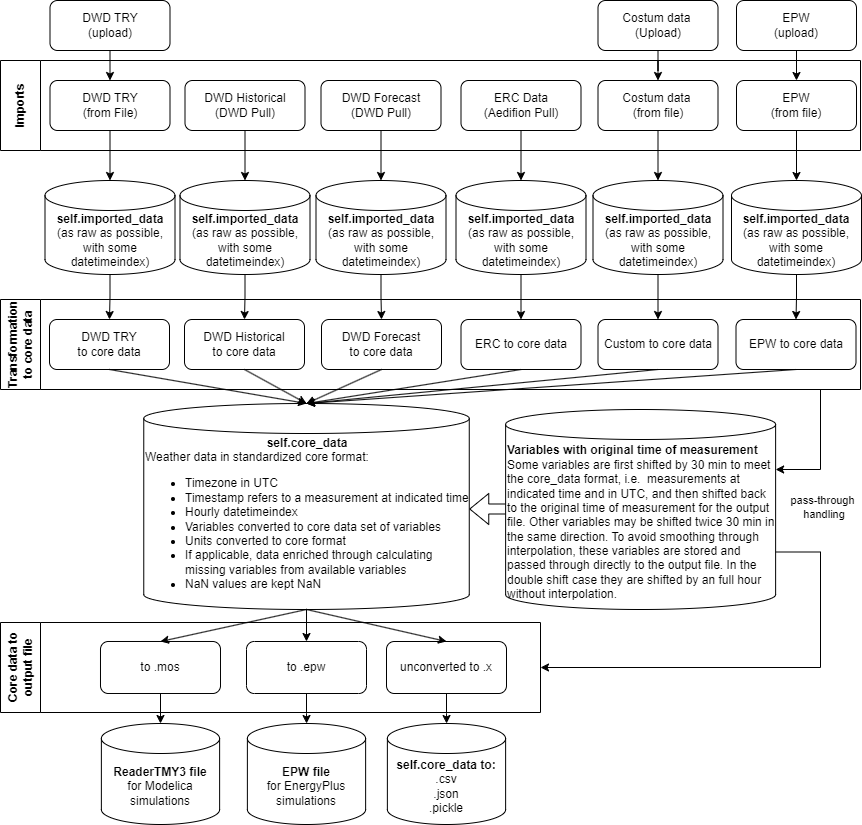
This is docs/Overview_WeatherTool.png from RWTH-EBC/AixWeather, a draw.io export, as it was before one commit. Source tidied: cells renumbered, new cells last; positions are measured from the earlier drawing's top-left corner, leaving out a move shared by most shapes. Source of this version:
```xml
<mxGraphModel>
  <root>
    <mxCell id="0" />
    <mxCell id="1" parent="0" />
    <mxCell id="2" style="shape=flexArrow;endArrow=classic;html=1;rounded=0;exitX=0;exitY=0.5;exitDx=0;exitDy=0;exitPerimeter=0;" parent="1" edge="1">
      <mxGeometry relative="1" as="geometry">
        <mxPoint x="526.3" y="508.5" as="sourcePoint" />
        <mxPoint x="468.8" y="508.5" as="targetPoint" />
      </mxGeometry>
    </mxCell>
    <mxCell id="3" style="edgeStyle=orthogonalEdgeStyle;rounded=0;jettySize=auto;html=1;" parent="1" edge="1" source="4" target="35">
      <mxGeometry relative="1" as="geometry" />
    </mxCell>
    <mxCell id="4" value="DWD Forecast&lt;br&gt;(DWD Pull)" style="rounded=1;whiteSpace=wrap;html=1;fontSize=12;glass=0;strokeWidth=1;shadow=0;" parent="1" vertex="1">
      <mxGeometry x="320.5" y="80" width="120" height="50" as="geometry" />
    </mxCell>
    <mxCell id="5" value="&lt;div style=&quot;text-align: center;&quot;&gt;&lt;b style=&quot;background-color: initial; border-color: var(--border-color);&quot;&gt;self.core_data&lt;/b&gt;&lt;/div&gt;Weather data in standardized core format:&lt;br&gt;&lt;div&gt;&lt;ul&gt;&lt;li&gt;&lt;span style=&quot;background-color: initial;&quot;&gt;Timezone in UTC&lt;/span&gt;&lt;/li&gt;&lt;li&gt;Timestamp refers to a measurement at indicated time&lt;/li&gt;&lt;li&gt;Hourly datetimeindex&lt;/li&gt;&lt;li&gt;Variables converted to core data set of variables&lt;/li&gt;&lt;li&gt;Units converted to core format&lt;/li&gt;&lt;li&gt;If applicable, data enriched through calculating missing variables from available variables&lt;/li&gt;&lt;li&gt;NaN values are kept NaN&lt;/li&gt;&lt;/ul&gt;&lt;/div&gt;" style="shape=cylinder3;whiteSpace=wrap;html=1;boundedLbl=1;backgroundOutline=1;size=15;align=left;" parent="1" vertex="1">
      <mxGeometry x="143.3" y="403" width="325.5" height="206" as="geometry" />
    </mxCell>
    <mxCell id="6" style="edgeStyle=orthogonalEdgeStyle;rounded=0;jettySize=auto;html=1;" parent="1" edge="1" source="7" target="33">
      <mxGeometry relative="1" as="geometry" />
    </mxCell>
    <mxCell id="7" value="DWD Historical&lt;br&gt;(DWD Pull)" style="rounded=1;whiteSpace=wrap;html=1;fontSize=12;glass=0;strokeWidth=1;shadow=0;" parent="1" vertex="1">
      <mxGeometry x="184.5" y="80" width="120" height="50" as="geometry" />
    </mxCell>
    <mxCell id="8" style="edgeStyle=orthogonalEdgeStyle;rounded=0;jettySize=auto;html=1;" parent="1" edge="1" source="9" target="28">
      <mxGeometry relative="1" as="geometry" />
    </mxCell>
    <mxCell id="9" value="DWD TRY&lt;br&gt;(from File)" style="rounded=1;whiteSpace=wrap;html=1;fontSize=12;glass=0;strokeWidth=1;shadow=0;" parent="1" vertex="1">
      <mxGeometry x="49.5" y="80" width="120" height="50" as="geometry" />
    </mxCell>
    <mxCell id="10" style="edgeStyle=orthogonalEdgeStyle;rounded=0;jettySize=auto;html=1;" parent="1" edge="1" source="11" target="37">
      <mxGeometry relative="1" as="geometry" />
    </mxCell>
    <mxCell id="11" value="ERC Data&lt;br&gt;(Aedifion Pull)" style="rounded=1;whiteSpace=wrap;html=1;fontSize=12;glass=0;strokeWidth=1;shadow=0;" parent="1" vertex="1">
      <mxGeometry x="460.5" y="80" width="120" height="50" as="geometry" />
    </mxCell>
    <mxCell id="12" style="edgeStyle=orthogonalEdgeStyle;rounded=0;jettySize=auto;html=1;entryX=0.5;entryY=0;entryDx=0;entryDy=0;entryPerimeter=0;" parent="1" edge="1" source="13" target="38">
      <mxGeometry relative="1" as="geometry" />
    </mxCell>
    <mxCell id="13" value="Costum data&amp;nbsp;&lt;br&gt;(from file)" style="rounded=1;whiteSpace=wrap;html=1;fontSize=12;glass=0;strokeWidth=1;shadow=0;" parent="1" vertex="1">
      <mxGeometry x="597.5" y="80" width="120" height="50" as="geometry" />
    </mxCell>
    <mxCell id="14" style="edgeStyle=orthogonalEdgeStyle;rounded=0;jettySize=auto;html=1;exitX=0.5;exitY=1;exitDx=0;exitDy=0;entryX=0.5;entryY=0;entryDx=0;entryDy=0;entryPerimeter=0;" parent="1" edge="1" source="15" target="29">
      <mxGeometry relative="1" as="geometry" />
    </mxCell>
    <mxCell id="15" value="to .mos" style="rounded=1;whiteSpace=wrap;html=1;fontSize=12;glass=0;strokeWidth=1;shadow=0;" parent="1" vertex="1">
      <mxGeometry x="100" y="641" width="120" height="52" as="geometry" />
    </mxCell>
    <mxCell id="16" style="edgeStyle=orthogonalEdgeStyle;rounded=0;jettySize=auto;html=1;" parent="1" edge="1" source="17" target="31">
      <mxGeometry relative="1" as="geometry" />
    </mxCell>
    <mxCell id="17" value="unconverted to .x" style="rounded=1;whiteSpace=wrap;html=1;fontSize=12;glass=0;strokeWidth=1;shadow=0;" parent="1" vertex="1">
      <mxGeometry x="386" y="641" width="120" height="52" as="geometry" />
    </mxCell>
    <mxCell id="18" style="edgeStyle=orthogonalEdgeStyle;rounded=0;jettySize=auto;html=1;exitX=0.5;exitY=1;exitDx=0;exitDy=0;" parent="1" edge="1" source="19" target="30">
      <mxGeometry relative="1" as="geometry" />
    </mxCell>
    <mxCell id="19" value="to .epw" style="rounded=1;whiteSpace=wrap;html=1;fontSize=12;glass=0;strokeWidth=1;shadow=0;" parent="1" vertex="1">
      <mxGeometry x="246" y="641" width="120" height="52" as="geometry" />
    </mxCell>
    <mxCell id="20" style="endArrow=classic;html=1;rounded=0;exitX=0.5;exitY=1;exitDx=0;exitDy=0;entryX=0.5;entryY=0;entryDx=0;entryDy=0;" parent="1" edge="1" source="5" target="15">
      <mxGeometry relative="1" as="geometry" />
    </mxCell>
    <mxCell id="21" style="endArrow=classic;html=1;rounded=0;exitX=0.5;exitY=1;exitDx=0;exitDy=0;entryX=0.5;entryY=0;entryDx=0;entryDy=0;" parent="1" edge="1" source="5" target="19">
      <mxGeometry relative="1" as="geometry" />
    </mxCell>
    <mxCell id="22" style="endArrow=classic;html=1;rounded=0;exitX=0.5;exitY=1;exitDx=0;exitDy=0;entryX=0.5;entryY=0;entryDx=0;entryDy=0;" parent="1" edge="1" source="5" target="17">
      <mxGeometry relative="1" as="geometry" />
    </mxCell>
    <mxCell id="23" style="edgeStyle=orthogonalEdgeStyle;rounded=0;jettySize=auto;html=1;exitX=0.5;exitY=1;exitDx=0;exitDy=0;entryX=0.5;entryY=0;entryDx=0;entryDy=0;" parent="1" edge="1" source="24" target="9">
      <mxGeometry relative="1" as="geometry" />
    </mxCell>
    <mxCell id="24" value="DWD TRY&lt;br&gt;(upload)" style="rounded=1;whiteSpace=wrap;html=1;fontSize=12;glass=0;strokeWidth=1;shadow=0;" parent="1" vertex="1">
      <mxGeometry x="49.5" width="120" height="50" as="geometry" />
    </mxCell>
    <mxCell id="25" style="edgeStyle=orthogonalEdgeStyle;rounded=0;jettySize=auto;html=1;" parent="1" edge="1" source="26" target="13">
      <mxGeometry relative="1" as="geometry" />
    </mxCell>
    <mxCell id="26" value="Costum data&amp;nbsp;&lt;br&gt;(Upload)" style="rounded=1;whiteSpace=wrap;html=1;fontSize=12;glass=0;strokeWidth=1;shadow=0;" parent="1" vertex="1">
      <mxGeometry x="597.5" width="120" height="50" as="geometry" />
    </mxCell>
    <mxCell id="27" style="edgeStyle=orthogonalEdgeStyle;rounded=0;jettySize=auto;html=1;" parent="1" edge="1" source="28" target="41">
      <mxGeometry relative="1" as="geometry" />
    </mxCell>
    <mxCell id="28" value="&lt;b&gt;self.imported_data&lt;/b&gt;&lt;br&gt;(as raw as possible, with some datetimeindex)" style="shape=cylinder3;whiteSpace=wrap;html=1;boundedLbl=1;backgroundOutline=1;size=15;" parent="1" vertex="1">
      <mxGeometry x="44.5" y="180" width="130" height="94" as="geometry" />
    </mxCell>
    <mxCell id="29" value="&lt;b&gt;ReaderTMY3 file&lt;br&gt;&lt;/b&gt;for Modelica simulations" style="shape=cylinder3;whiteSpace=wrap;html=1;boundedLbl=1;backgroundOutline=1;size=15;" parent="1" vertex="1">
      <mxGeometry x="100.9" y="723" width="118.2" height="101" as="geometry" />
    </mxCell>
    <mxCell id="30" value="&lt;b&gt;EPW file&lt;br&gt;&lt;/b&gt;for EnergyPlus simulations&lt;b&gt;&lt;br&gt;&lt;/b&gt;" style="shape=cylinder3;whiteSpace=wrap;html=1;boundedLbl=1;backgroundOutline=1;size=15;" parent="1" vertex="1">
      <mxGeometry x="246.9" y="723" width="118.2" height="101" as="geometry" />
    </mxCell>
    <mxCell id="31" value="&lt;b&gt;self.core_data to:&lt;br&gt;&lt;/b&gt;.csv&lt;br&gt;.json&lt;br&gt;.pickle&lt;b&gt;&lt;br&gt;&lt;/b&gt;" style="shape=cylinder3;whiteSpace=wrap;html=1;boundedLbl=1;backgroundOutline=1;size=15;" parent="1" vertex="1">
      <mxGeometry x="386.9" y="723" width="118.2" height="101" as="geometry" />
    </mxCell>
    <mxCell id="32" style="edgeStyle=orthogonalEdgeStyle;rounded=0;jettySize=auto;html=1;" parent="1" edge="1" source="33" target="40">
      <mxGeometry relative="1" as="geometry" />
    </mxCell>
    <mxCell id="33" value="&lt;b&gt;self.imported_data&lt;/b&gt;&lt;br&gt;(as raw as possible, with some datetimeindex)" style="shape=cylinder3;whiteSpace=wrap;html=1;boundedLbl=1;backgroundOutline=1;size=15;" parent="1" vertex="1">
      <mxGeometry x="179.5" y="180" width="130" height="94" as="geometry" />
    </mxCell>
    <mxCell id="34" style="edgeStyle=orthogonalEdgeStyle;rounded=0;jettySize=auto;html=1;" parent="1" edge="1" source="35" target="39">
      <mxGeometry relative="1" as="geometry" />
    </mxCell>
    <mxCell id="35" value="&lt;b&gt;self.imported_data&lt;/b&gt;&lt;br&gt;(as raw as possible, with some datetimeindex)" style="shape=cylinder3;whiteSpace=wrap;html=1;boundedLbl=1;backgroundOutline=1;size=15;" parent="1" vertex="1">
      <mxGeometry x="315.5" y="180" width="130" height="94" as="geometry" />
    </mxCell>
    <mxCell id="36" style="edgeStyle=orthogonalEdgeStyle;rounded=0;jettySize=auto;html=1;" parent="1" edge="1" source="37" target="42">
      <mxGeometry relative="1" as="geometry" />
    </mxCell>
    <mxCell id="37" value="&lt;b&gt;self.imported_data&lt;/b&gt;&lt;br&gt;(as raw as possible, with some datetimeindex)" style="shape=cylinder3;whiteSpace=wrap;html=1;boundedLbl=1;backgroundOutline=1;size=15;" parent="1" vertex="1">
      <mxGeometry x="455.5" y="180" width="130" height="94" as="geometry" />
    </mxCell>
    <mxCell id="38" value="&lt;b&gt;self.imported_data&lt;/b&gt;&lt;br&gt;(as raw as possible, with some datetimeindex)" style="shape=cylinder3;whiteSpace=wrap;html=1;boundedLbl=1;backgroundOutline=1;size=15;" parent="1" vertex="1">
      <mxGeometry x="592.5" y="180" width="130" height="94" as="geometry" />
    </mxCell>
    <mxCell id="39" value="DWD Forecast&lt;br&gt;to core data" style="rounded=1;whiteSpace=wrap;html=1;fontSize=12;glass=0;strokeWidth=1;shadow=0;" parent="1" vertex="1">
      <mxGeometry x="321" y="319" width="120" height="50" as="geometry" />
    </mxCell>
    <mxCell id="40" value="DWD Historical&lt;br&gt;to core data" style="rounded=1;whiteSpace=wrap;html=1;fontSize=12;glass=0;strokeWidth=1;shadow=0;" parent="1" vertex="1">
      <mxGeometry x="184" y="319" width="120" height="50" as="geometry" />
    </mxCell>
    <mxCell id="41" value="DWD TRY&lt;br&gt;to core data" style="rounded=1;whiteSpace=wrap;html=1;fontSize=12;glass=0;strokeWidth=1;shadow=0;" parent="1" vertex="1">
      <mxGeometry x="49" y="319" width="120" height="50" as="geometry" />
    </mxCell>
    <mxCell id="42" value="ERC to core data" style="rounded=1;whiteSpace=wrap;html=1;fontSize=12;glass=0;strokeWidth=1;shadow=0;" parent="1" vertex="1">
      <mxGeometry x="460.5" y="319" width="120" height="50" as="geometry" />
    </mxCell>
    <mxCell id="43" value="Imports" style="swimlane;horizontal=0;whiteSpace=wrap;html=1;startSize=40;" parent="1" vertex="1">
      <mxGeometry y="60" width="860" height="90" as="geometry" />
    </mxCell>
    <mxCell id="44" style="edgeStyle=orthogonalEdgeStyle;rounded=0;jettySize=auto;html=1;entryX=1;entryY=0;entryDx=0;entryDy=60;entryPerimeter=0;" parent="1" edge="1" target="57">
      <mxGeometry relative="1" as="geometry">
        <mxPoint x="830" y="389" as="sourcePoint" />
        <Array as="points">
          <mxPoint x="820" y="389" />
          <mxPoint x="820" y="469" />
        </Array>
      </mxGeometry>
    </mxCell>
    <mxCell id="45" value="pass-through&lt;br&gt;&amp;nbsp;handling" style="edgeLabel;html=1;align=center;verticalAlign=middle;" parent="44" vertex="1">
      <mxGeometry x="0.5" y="3" relative="1" as="geometry">
        <mxPoint x="12" y="34" as="offset" />
      </mxGeometry>
    </mxCell>
    <mxCell id="46" value="Transformation &lt;br&gt;to core data" style="swimlane;horizontal=0;whiteSpace=wrap;html=1;startSize=40;" parent="1" vertex="1">
      <mxGeometry y="299" width="860" height="90" as="geometry" />
    </mxCell>
    <mxCell id="47" value="Custom to core data" style="rounded=1;whiteSpace=wrap;html=1;fontSize=12;glass=0;strokeWidth=1;shadow=0;" parent="46" vertex="1">
      <mxGeometry x="597.5" y="20" width="120" height="50" as="geometry" />
    </mxCell>
    <mxCell id="48" value="Core data to&lt;br&gt;output file" style="swimlane;horizontal=0;whiteSpace=wrap;html=1;startSize=40;" parent="1" vertex="1">
      <mxGeometry y="622" width="540" height="90" as="geometry" />
    </mxCell>
    <mxCell id="49" style="edgeStyle=orthogonalEdgeStyle;rounded=0;jettySize=auto;html=1;" parent="1" edge="1" source="50" target="54">
      <mxGeometry relative="1" as="geometry" />
    </mxCell>
    <mxCell id="50" value="EPW&lt;br&gt;(from file)" style="rounded=1;whiteSpace=wrap;html=1;fontSize=12;glass=0;strokeWidth=1;shadow=0;" parent="1" vertex="1">
      <mxGeometry x="736" y="80" width="120" height="50" as="geometry" />
    </mxCell>
    <mxCell id="51" style="edgeStyle=orthogonalEdgeStyle;rounded=0;jettySize=auto;html=1;exitX=0.5;exitY=1;exitDx=0;exitDy=0;entryX=0.5;entryY=0;entryDx=0;entryDy=0;" parent="1" edge="1" source="52" target="50">
      <mxGeometry relative="1" as="geometry" />
    </mxCell>
    <mxCell id="52" value="EPW&lt;br&gt;(upload)" style="rounded=1;whiteSpace=wrap;html=1;fontSize=12;glass=0;strokeWidth=1;shadow=0;" parent="1" vertex="1">
      <mxGeometry x="736" width="120" height="50" as="geometry" />
    </mxCell>
    <mxCell id="53" style="edgeStyle=orthogonalEdgeStyle;rounded=0;jettySize=auto;html=1;" parent="1" edge="1" source="54" target="55">
      <mxGeometry relative="1" as="geometry" />
    </mxCell>
    <mxCell id="54" value="&lt;b&gt;self.imported_data&lt;/b&gt;&lt;br&gt;(as raw as possible, with some datetimeindex)" style="shape=cylinder3;whiteSpace=wrap;html=1;boundedLbl=1;backgroundOutline=1;size=15;" parent="1" vertex="1">
      <mxGeometry x="731" y="180" width="130" height="94" as="geometry" />
    </mxCell>
    <mxCell id="55" value="EPW to core data" style="rounded=1;whiteSpace=wrap;html=1;fontSize=12;glass=0;strokeWidth=1;shadow=0;" parent="1" vertex="1">
      <mxGeometry x="735.5" y="319" width="120" height="50" as="geometry" />
    </mxCell>
    <mxCell id="56" style="edgeStyle=orthogonalEdgeStyle;rounded=0;jettySize=auto;html=1;exitX=1;exitY=0;exitDx=0;exitDy=142.5;exitPerimeter=0;entryX=1;entryY=0.5;entryDx=0;entryDy=0;" parent="1" edge="1" source="57" target="48">
      <mxGeometry relative="1" as="geometry">
        <Array as="points">
          <mxPoint x="820" y="551" />
          <mxPoint x="820" y="667" />
        </Array>
      </mxGeometry>
    </mxCell>
    <mxCell id="57" value="&lt;b&gt;Variables with original time of measurement&lt;/b&gt;&lt;br&gt;Some variables are first shifted by 30 min to meet the core_data format, i.e.&amp;nbsp; measurements at indicated time and in UTC, and then shifted back to the original time of measurement for the output file. Other variables may be shifted twice 30 min in the same direction. To avoid smoothing through interpolation, these variables are stored and passed through directly to the output file. In the double shift case they are shifted by an full hour without interpolation." style="shape=cylinder3;whiteSpace=wrap;html=1;boundedLbl=1;backgroundOutline=1;size=15;align=left;" parent="1" vertex="1">
      <mxGeometry x="505.1" y="409" width="270" height="200" as="geometry" />
    </mxCell>
    <mxCell id="58" style="endArrow=classic;html=1;rounded=0;exitX=0.5;exitY=1;exitDx=0;exitDy=0;entryX=0.5;entryY=0;entryDx=0;entryDy=0;entryPerimeter=0;" parent="1" edge="1" source="41" target="5">
      <mxGeometry relative="1" as="geometry" />
    </mxCell>
    <mxCell id="59" style="endArrow=classic;html=1;rounded=0;exitX=0.5;exitY=1;exitDx=0;exitDy=0;entryX=0.5;entryY=0;entryDx=0;entryDy=0;entryPerimeter=0;" parent="1" edge="1" source="40" target="5">
      <mxGeometry relative="1" as="geometry" />
    </mxCell>
    <mxCell id="60" style="endArrow=classic;html=1;rounded=0;exitX=0.5;exitY=1;exitDx=0;exitDy=0;entryX=0.5;entryY=0;entryDx=0;entryDy=0;entryPerimeter=0;" parent="1" edge="1" source="39" target="5">
      <mxGeometry relative="1" as="geometry" />
    </mxCell>
    <mxCell id="61" style="endArrow=classic;html=1;rounded=0;exitX=0.5;exitY=1;exitDx=0;exitDy=0;entryX=0.5;entryY=0;entryDx=0;entryDy=0;entryPerimeter=0;" parent="1" edge="1" source="42" target="5">
      <mxGeometry relative="1" as="geometry" />
    </mxCell>
    <mxCell id="62" style="endArrow=classic;html=1;rounded=0;entryX=0.5;entryY=0;entryDx=0;entryDy=0;entryPerimeter=0;exitX=0.5;exitY=1;exitDx=0;exitDy=0;" parent="1" edge="1" source="47" target="5">
      <mxGeometry relative="1" as="geometry" />
    </mxCell>
    <mxCell id="63" style="endArrow=classic;html=1;rounded=0;exitX=0.5;exitY=1;exitDx=0;exitDy=0;entryX=0.5;entryY=0;entryDx=0;entryDy=0;entryPerimeter=0;" parent="1" edge="1" source="55" target="5">
      <mxGeometry relative="1" as="geometry" />
    </mxCell>
    <mxCell id="64" style="edgeStyle=orthogonalEdgeStyle;rounded=0;jettySize=auto;html=1;exitX=0.5;exitY=1;exitDx=0;exitDy=0;exitPerimeter=0;entryX=0.5;entryY=0;entryDx=0;entryDy=0;" parent="1" edge="1" source="38" target="47">
      <mxGeometry relative="1" as="geometry" />
    </mxCell>
  </root>
</mxGraphModel>
```
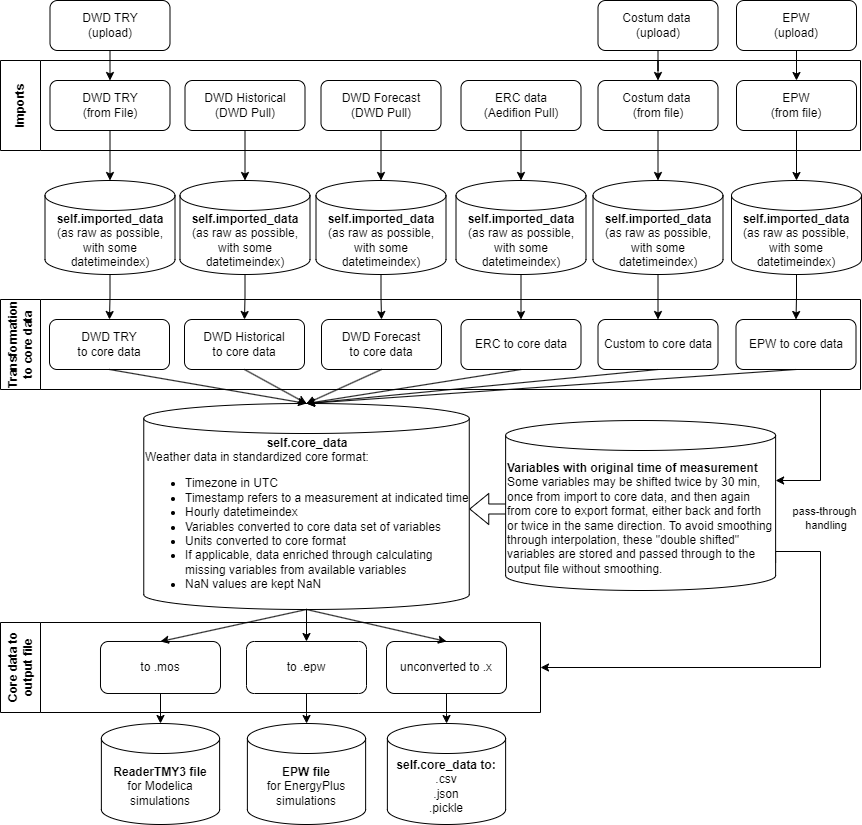
After the commit.

Diff of the diagram source:
```diff
@@ -32,7 +32,7 @@
     <mxCell id="10" style="edgeStyle=orthogonalEdgeStyle;rounded=0;jettySize=auto;html=1;" parent="1" edge="1" source="11" target="37">
       <mxGeometry relative="1" as="geometry" />
     </mxCell>
-    <mxCell id="11" value="ERC Data&lt;br&gt;(Aedifion Pull)" style="rounded=1;whiteSpace=wrap;html=1;fontSize=12;glass=0;strokeWidth=1;shadow=0;" parent="1" vertex="1">
+    <mxCell id="11" value="ERC data&lt;br&gt;(Aedifion Pull)" style="rounded=1;whiteSpace=wrap;html=1;fontSize=12;glass=0;strokeWidth=1;shadow=0;" parent="1" vertex="1">
       <mxGeometry x="460.5" y="80" width="120" height="50" as="geometry" />
     </mxCell>
     <mxCell id="12" style="edgeStyle=orthogonalEdgeStyle;rounded=0;jettySize=auto;html=1;entryX=0.5;entryY=0;entryDx=0;entryDy=0;entryPerimeter=0;" parent="1" edge="1" source="13" target="38">
@@ -77,7 +77,7 @@
     <mxCell id="25" style="edgeStyle=orthogonalEdgeStyle;rounded=0;jettySize=auto;html=1;" parent="1" edge="1" source="26" target="13">
       <mxGeometry relative="1" as="geometry" />
     </mxCell>
-    <mxCell id="26" value="Costum data&amp;nbsp;&lt;br&gt;(Upload)" style="rounded=1;whiteSpace=wrap;html=1;fontSize=12;glass=0;strokeWidth=1;shadow=0;" parent="1" vertex="1">
+    <mxCell id="26" value="Costum data&amp;nbsp;&lt;br&gt;(upload)" style="rounded=1;whiteSpace=wrap;html=1;fontSize=12;glass=0;strokeWidth=1;shadow=0;" parent="1" vertex="1">
       <mxGeometry x="597.5" width="120" height="50" as="geometry" />
     </mxCell>
     <mxCell id="27" style="edgeStyle=orthogonalEdgeStyle;rounded=0;jettySize=auto;html=1;" parent="1" edge="1" source="28" target="41">
@@ -136,7 +136,7 @@
         <mxPoint x="830" y="389" as="sourcePoint" />
         <Array as="points">
           <mxPoint x="820" y="389" />
-          <mxPoint x="820" y="469" />
+          <mxPoint x="820" y="480" />
         </Array>
       </mxGeometry>
     </mxCell>
@@ -183,8 +183,8 @@
         </Array>
       </mxGeometry>
     </mxCell>
-    <mxCell id="57" value="&lt;b&gt;Variables with original time of measurement&lt;/b&gt;&lt;br&gt;Some variables are first shifted by 30 min to meet the core_data format, i.e.&amp;nbsp; measurements at indicated time and in UTC, and then shifted back to the original time of measurement for the output file. Other variables may be shifted twice 30 min in the same direction. To avoid smoothing through interpolation, these variables are stored and passed through directly to the output file. In the double shift case they are shifted by an full hour without interpolation." style="shape=cylinder3;whiteSpace=wrap;html=1;boundedLbl=1;backgroundOutline=1;size=15;align=left;" parent="1" vertex="1">
-      <mxGeometry x="505.1" y="409" width="270" height="200" as="geometry" />
+    <mxCell id="57" value="&lt;b&gt;Variables with original time of measurement&lt;/b&gt;&lt;br&gt;Some variables may be&amp;nbsp;&lt;span style=&quot;background-color: initial;&quot;&gt;shifted twice by 30 min, once from import to core data, and then again from core to export format, either back and forth or twice in the same direction. To avoid smoothing through interpolation, these &quot;double shifted&quot; variables are stored and passed through to the output file without smoothing.&lt;/span&gt;" style="shape=cylinder3;whiteSpace=wrap;html=1;boundedLbl=1;backgroundOutline=1;size=15;align=left;" parent="1" vertex="1">
+      <mxGeometry x="505.1" y="420" width="270" height="170" as="geometry" />
     </mxCell>
     <mxCell id="58" style="endArrow=classic;html=1;rounded=0;exitX=0.5;exitY=1;exitDx=0;exitDy=0;entryX=0.5;entryY=0;entryDx=0;entryDy=0;entryPerimeter=0;" parent="1" edge="1" source="41" target="5">
       <mxGeometry relative="1" as="geometry" />
```
